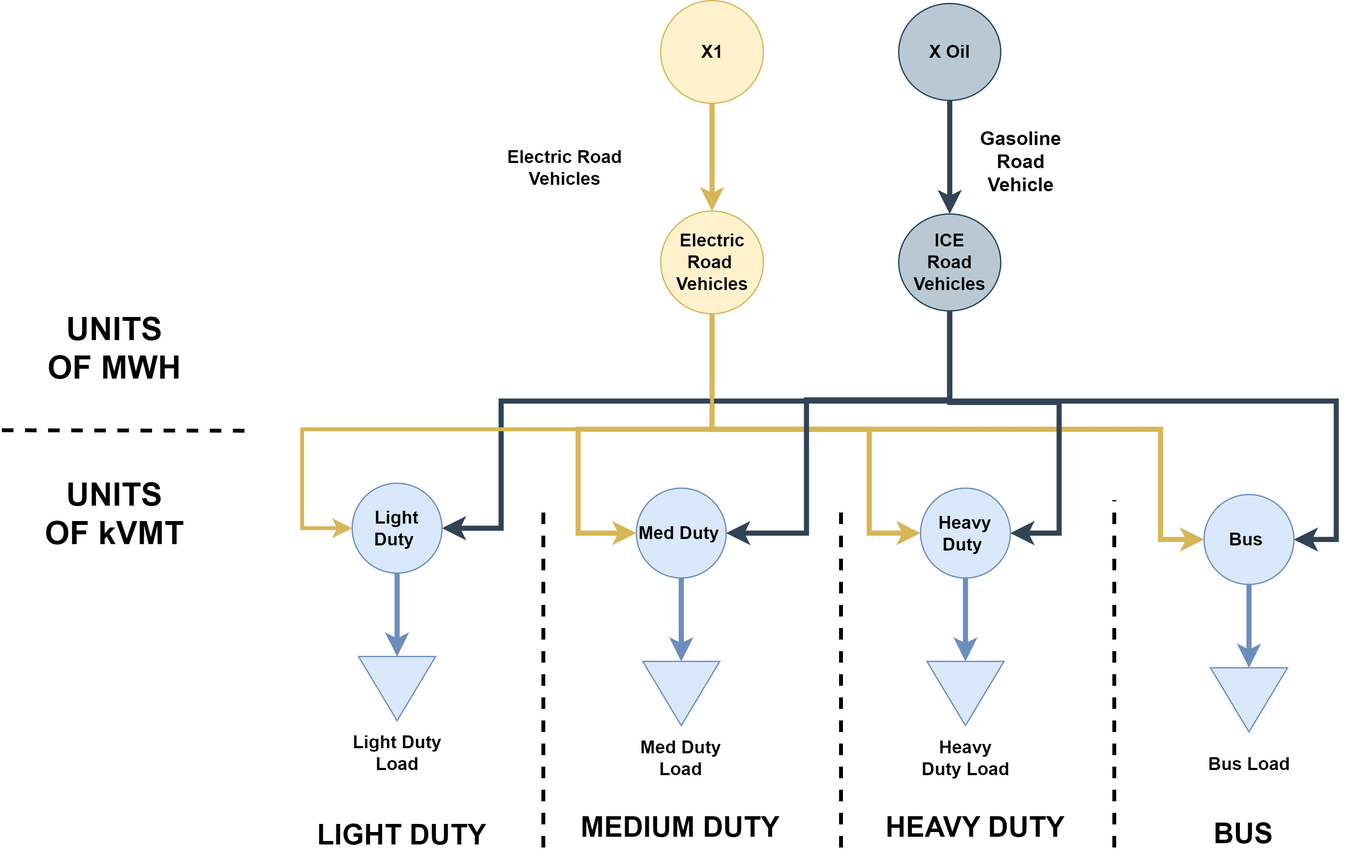
PyPSA/pypsa-usa keeps this draw.io diagram as docs/source/_static/transport/endogenous.png. Above is the earlier version. Source tidied: cells renumbered, new cells last; positions are measured from the earlier drawing's top-left corner, leaving out a move shared by most shapes. Source of this version:
```xml
<mxGraphModel>
  <root>
    <mxCell id="0" />
    <mxCell id="1" parent="0" />
    <mxCell id="2" style="endArrow=none;html=1;rounded=0;strokeWidth=3;dashed=1;" parent="1" edge="1">
      <mxGeometry relative="1" as="geometry">
        <mxPoint x="422" y="659.9" as="sourcePoint" />
        <mxPoint x="422" y="393.2" as="targetPoint" />
      </mxGeometry>
    </mxCell>
    <mxCell id="3" style="edgeStyle=orthogonalEdgeStyle;rounded=0;jettySize=auto;html=1;exitX=0.5;exitY=1;exitDx=0;exitDy=0;entryX=0;entryY=0.5;entryDx=0;entryDy=0;fillColor=#fff2cc;strokeColor=#d6b656;strokeWidth=4;" parent="1" edge="1" source="6" target="31">
      <mxGeometry relative="1" as="geometry">
        <Array as="points">
          <mxPoint x="553" y="334" />
          <mxPoint x="449" y="334" />
          <mxPoint x="449" y="415" />
        </Array>
      </mxGeometry>
    </mxCell>
    <mxCell id="4" style="edgeStyle=orthogonalEdgeStyle;rounded=0;jettySize=auto;html=1;exitX=0.5;exitY=1;exitDx=0;exitDy=0;entryX=0;entryY=0.5;entryDx=0;entryDy=0;fillColor=#fff2cc;strokeColor=#d6b656;strokeWidth=4;" parent="1" edge="1" source="6" target="33">
      <mxGeometry relative="1" as="geometry">
        <Array as="points">
          <mxPoint x="554" y="334" />
          <mxPoint x="676" y="334" />
          <mxPoint x="676" y="415" />
        </Array>
      </mxGeometry>
    </mxCell>
    <mxCell id="5" style="edgeStyle=orthogonalEdgeStyle;rounded=0;jettySize=auto;html=1;exitX=0.5;exitY=1;exitDx=0;exitDy=0;entryX=0;entryY=0.5;entryDx=0;entryDy=0;fillColor=#fff2cc;strokeColor=#d6b656;strokeWidth=4;" parent="1" edge="1" source="6" target="35">
      <mxGeometry relative="1" as="geometry">
        <Array as="points">
          <mxPoint x="554" y="334" />
          <mxPoint x="903" y="334" />
          <mxPoint x="903" y="420" />
        </Array>
      </mxGeometry>
    </mxCell>
    <mxCell id="6" value="&lt;b&gt;Electric Road&amp;nbsp; Vehicles&lt;/b&gt;" style="ellipse;whiteSpace=wrap;html=1;fontSize=14;fillColor=#fff2cc;strokeColor=#d6b656;" parent="1" vertex="1">
      <mxGeometry x="513.5" y="164" width="80" height="80" as="geometry" />
    </mxCell>
    <mxCell id="7" style="edgeStyle=orthogonalEdgeStyle;rounded=0;jettySize=auto;html=1;exitX=0.5;exitY=1;exitDx=0;exitDy=0;entryX=1;entryY=0.5;entryDx=0;entryDy=0;fillColor=#647687;strokeColor=#314354;strokeWidth=4;" parent="1" edge="1" source="11" target="33">
      <mxGeometry relative="1" as="geometry">
        <Array as="points">
          <mxPoint x="739" y="313" />
          <mxPoint x="824" y="313" />
          <mxPoint x="824" y="415" />
        </Array>
      </mxGeometry>
    </mxCell>
    <mxCell id="8" style="edgeStyle=orthogonalEdgeStyle;rounded=0;jettySize=auto;html=1;exitX=0.5;exitY=1;exitDx=0;exitDy=0;entryX=1;entryY=0.5;entryDx=0;entryDy=0;fillColor=#647687;strokeColor=#314354;strokeWidth=4;" parent="1" edge="1" source="11" target="35">
      <mxGeometry relative="1" as="geometry">
        <Array as="points">
          <mxPoint x="739" y="312" />
          <mxPoint x="1040" y="312" />
          <mxPoint x="1040" y="420" />
        </Array>
      </mxGeometry>
    </mxCell>
    <mxCell id="9" style="edgeStyle=orthogonalEdgeStyle;rounded=0;jettySize=auto;html=1;exitX=0.5;exitY=1;exitDx=0;exitDy=0;entryX=1;entryY=0.5;entryDx=0;entryDy=0;fillColor=#647687;strokeColor=#314354;strokeWidth=4;" parent="1" edge="1" source="11" target="31">
      <mxGeometry relative="1" as="geometry">
        <Array as="points">
          <mxPoint x="739" y="311" />
          <mxPoint x="627" y="311" />
          <mxPoint x="627" y="415" />
        </Array>
      </mxGeometry>
    </mxCell>
    <mxCell id="10" style="edgeStyle=orthogonalEdgeStyle;rounded=0;jettySize=auto;html=1;exitX=0.5;exitY=1;exitDx=0;exitDy=0;entryX=1;entryY=0.5;entryDx=0;entryDy=0;fillColor=#647687;strokeColor=#314354;strokeWidth=4;" parent="1" edge="1" source="11" target="29">
      <mxGeometry relative="1" as="geometry">
        <Array as="points">
          <mxPoint x="739" y="312" />
          <mxPoint x="389" y="312" />
          <mxPoint x="389" y="411" />
        </Array>
      </mxGeometry>
    </mxCell>
    <mxCell id="11" value="ICE &lt;br style=&quot;font-size: 14px;&quot;&gt;Road Vehicles" style="ellipse;whiteSpace=wrap;html=1;fillColor=#bac8d3;strokeColor=#23445d;fontStyle=1;fontSize=14;" parent="1" vertex="1">
      <mxGeometry x="699" y="166.2" width="79.5" height="75.5" as="geometry" />
    </mxCell>
    <mxCell id="12" style="edgeStyle=orthogonalEdgeStyle;rounded=0;jettySize=auto;html=1;exitX=0.5;exitY=1;exitDx=0;exitDy=0;entryX=0;entryY=0.5;entryDx=0;entryDy=0;strokeWidth=3;fillColor=#fff2cc;strokeColor=#d6b656;" parent="1" edge="1" source="6" target="29">
      <mxGeometry relative="1" as="geometry">
        <Array as="points">
          <mxPoint x="554" y="334" />
          <mxPoint x="234" y="334" />
          <mxPoint x="234" y="411" />
        </Array>
      </mxGeometry>
    </mxCell>
    <mxCell id="13" value="Gasoline Road Vehicle" style="text;html=1;align=center;verticalAlign=middle;whiteSpace=wrap;rounded=0;fontStyle=1;fontSize=15;" parent="1" vertex="1">
      <mxGeometry x="756" y="110" width="77" height="30" as="geometry" />
    </mxCell>
    <mxCell id="14" value="Electric Road Vehicles" style="text;html=1;align=center;verticalAlign=middle;whiteSpace=wrap;rounded=0;fontStyle=1;fontSize=14;" parent="1" vertex="1">
      <mxGeometry x="386" y="115" width="106" height="30" as="geometry" />
    </mxCell>
    <mxCell id="15" value="UNITS OF MWH" style="text;html=1;align=center;verticalAlign=middle;whiteSpace=wrap;rounded=0;fontStyle=1;fontSize=25;" parent="1" vertex="1">
      <mxGeometry x="30" y="255.4" width="116" height="30" as="geometry" />
    </mxCell>
    <mxCell id="16" style="edgeStyle=orthogonalEdgeStyle;rounded=0;jettySize=auto;html=1;exitX=0.5;exitY=1;exitDx=0;exitDy=0;entryX=0.5;entryY=0;entryDx=0;entryDy=0;fillColor=#fff2cc;strokeColor=#d6b656;strokeWidth=4;" parent="1" edge="1" source="17" target="6">
      <mxGeometry relative="1" as="geometry" />
    </mxCell>
    <mxCell id="17" value="&lt;b style=&quot;font-size: 14px;&quot;&gt;X1&lt;br&gt;&lt;/b&gt;" style="ellipse;whiteSpace=wrap;html=1;fontSize=14;fillColor=#fff2cc;strokeColor=#d6b656;" parent="1" vertex="1">
      <mxGeometry x="513.5" width="80" height="80" as="geometry" />
    </mxCell>
    <mxCell id="18" style="edgeStyle=orthogonalEdgeStyle;rounded=0;jettySize=auto;html=1;exitX=0.5;exitY=1;exitDx=0;exitDy=0;entryX=0.5;entryY=0;entryDx=0;entryDy=0;strokeWidth=4;fillColor=#647687;strokeColor=#314354;" parent="1" edge="1" source="19" target="11">
      <mxGeometry relative="1" as="geometry" />
    </mxCell>
    <mxCell id="19" value="X Oil" style="ellipse;whiteSpace=wrap;html=1;fillColor=#bac8d3;strokeColor=#23445d;fontStyle=1;fontSize=14;" parent="1" vertex="1">
      <mxGeometry x="699" y="2.2" width="79.5" height="75.5" as="geometry" />
    </mxCell>
    <mxCell id="20" style="endArrow=none;html=1;rounded=0;strokeWidth=3;dashed=1;" parent="1" edge="1">
      <mxGeometry relative="1" as="geometry">
        <mxPoint y="334.8" as="sourcePoint" />
        <mxPoint x="190" y="335.1" as="targetPoint" />
      </mxGeometry>
    </mxCell>
    <mxCell id="21" value="UNITS OF kVMT" style="text;html=1;align=center;verticalAlign=middle;whiteSpace=wrap;rounded=0;fontStyle=1;fontSize=25;" parent="1" vertex="1">
      <mxGeometry x="30" y="384.2" width="116" height="30" as="geometry" />
    </mxCell>
    <mxCell id="22" style="endArrow=none;html=1;rounded=0;strokeWidth=3;dashed=1;" parent="1" edge="1">
      <mxGeometry relative="1" as="geometry">
        <mxPoint x="654" y="659.9" as="sourcePoint" />
        <mxPoint x="654" y="395.2" as="targetPoint" />
      </mxGeometry>
    </mxCell>
    <mxCell id="23" style="endArrow=none;html=1;rounded=0;strokeWidth=3;dashed=1;" parent="1" edge="1">
      <mxGeometry relative="1" as="geometry">
        <mxPoint x="867" y="659.9" as="sourcePoint" />
        <mxPoint x="867" y="389.2" as="targetPoint" />
      </mxGeometry>
    </mxCell>
    <mxCell id="24" value="LIGHT DUTY" style="text;html=1;align=center;verticalAlign=middle;whiteSpace=wrap;rounded=0;fontStyle=1;fontSize=22;" parent="1" vertex="1">
      <mxGeometry x="229" y="636.1" width="166" height="30" as="geometry" />
    </mxCell>
    <mxCell id="25" value="MEDIUM DUTY" style="text;html=1;align=center;verticalAlign=middle;whiteSpace=wrap;rounded=0;fontStyle=1;fontSize=22;" parent="1" vertex="1">
      <mxGeometry x="446.5" y="629.9" width="166" height="30" as="geometry" />
    </mxCell>
    <mxCell id="26" value="BUS" style="text;html=1;align=center;verticalAlign=middle;whiteSpace=wrap;rounded=0;fontStyle=1;fontSize=22;" parent="1" vertex="1">
      <mxGeometry x="885" y="634.9" width="166" height="30" as="geometry" />
    </mxCell>
    <mxCell id="27" value="HEAVY DUTY" style="text;html=1;align=center;verticalAlign=middle;whiteSpace=wrap;rounded=0;fontStyle=1;fontSize=22;" parent="1" vertex="1">
      <mxGeometry x="676.5" y="629.9" width="166" height="30" as="geometry" />
    </mxCell>
    <mxCell id="28" style="edgeStyle=orthogonalEdgeStyle;rounded=0;jettySize=auto;html=1;exitX=0.5;exitY=1;exitDx=0;exitDy=0;entryX=0;entryY=0.5;entryDx=0;entryDy=0;strokeWidth=4;fillColor=#dae8fc;strokeColor=#6c8ebf;" parent="1" edge="1" source="29" target="36">
      <mxGeometry relative="1" as="geometry" />
    </mxCell>
    <mxCell id="29" value="Light Duty&amp;nbsp;" style="ellipse;whiteSpace=wrap;html=1;fillColor=#dae8fc;strokeColor=#6c8ebf;fontStyle=1;fontSize=14;" parent="1" vertex="1">
      <mxGeometry x="273" y="376.1" width="70" height="70" as="geometry" />
    </mxCell>
    <mxCell id="30" style="edgeStyle=orthogonalEdgeStyle;rounded=0;jettySize=auto;html=1;exitX=0.5;exitY=1;exitDx=0;exitDy=0;entryX=0;entryY=0.5;entryDx=0;entryDy=0;strokeWidth=4;fillColor=#dae8fc;strokeColor=#6c8ebf;" parent="1" edge="1" source="31" target="38">
      <mxGeometry relative="1" as="geometry" />
    </mxCell>
    <mxCell id="31" value="Med Duty&amp;nbsp;" style="ellipse;whiteSpace=wrap;html=1;fillColor=#dae8fc;strokeColor=#6c8ebf;fontStyle=1;fontSize=14;" parent="1" vertex="1">
      <mxGeometry x="494.5" y="379.9" width="70" height="70" as="geometry" />
    </mxCell>
    <mxCell id="32" style="edgeStyle=orthogonalEdgeStyle;rounded=0;jettySize=auto;html=1;exitX=0.5;exitY=1;exitDx=0;exitDy=0;entryX=0;entryY=0.5;entryDx=0;entryDy=0;strokeWidth=4;fillColor=#dae8fc;strokeColor=#6c8ebf;" parent="1" edge="1" source="33" target="40">
      <mxGeometry relative="1" as="geometry" />
    </mxCell>
    <mxCell id="33" value="Heavy Duty&amp;nbsp;" style="ellipse;whiteSpace=wrap;html=1;fillColor=#dae8fc;strokeColor=#6c8ebf;fontStyle=1;fontSize=14;" parent="1" vertex="1">
      <mxGeometry x="716" y="379.9" width="70" height="70" as="geometry" />
    </mxCell>
    <mxCell id="34" style="edgeStyle=orthogonalEdgeStyle;rounded=0;jettySize=auto;html=1;exitX=0.5;exitY=1;exitDx=0;exitDy=0;entryX=0;entryY=0.5;entryDx=0;entryDy=0;strokeWidth=4;fillColor=#dae8fc;strokeColor=#6c8ebf;" parent="1" edge="1" source="35" target="42">
      <mxGeometry relative="1" as="geometry" />
    </mxCell>
    <mxCell id="35" value="Bus&amp;nbsp;" style="ellipse;whiteSpace=wrap;html=1;fillColor=#dae8fc;strokeColor=#6c8ebf;fontStyle=1;fontSize=14;" parent="1" vertex="1">
      <mxGeometry x="937" y="384.9" width="70" height="70" as="geometry" />
    </mxCell>
    <mxCell id="36" style="triangle;whiteSpace=wrap;html=1;rotation=90;fillColor=#dae8fc;strokeColor=#6c8ebf;fontSize=14;" parent="1" vertex="1">
      <mxGeometry x="283" y="506.1" width="50" height="60" as="geometry" />
    </mxCell>
    <mxCell id="37" value="Light Duty Load" style="text;html=1;align=center;verticalAlign=middle;whiteSpace=wrap;rounded=0;fontStyle=1;fontSize=14;" parent="1" vertex="1">
      <mxGeometry x="270.5" y="571.1" width="75" height="30" as="geometry" />
    </mxCell>
    <mxCell id="38" style="triangle;whiteSpace=wrap;html=1;rotation=90;fillColor=#dae8fc;strokeColor=#6c8ebf;fontSize=14;" parent="1" vertex="1">
      <mxGeometry x="504.5" y="509.9" width="50" height="60" as="geometry" />
    </mxCell>
    <mxCell id="39" value="Med Duty Load" style="text;html=1;align=center;verticalAlign=middle;whiteSpace=wrap;rounded=0;fontStyle=1;fontSize=14;" parent="1" vertex="1">
      <mxGeometry x="492" y="574.9" width="75" height="30" as="geometry" />
    </mxCell>
    <mxCell id="40" style="triangle;whiteSpace=wrap;html=1;rotation=90;fillColor=#dae8fc;strokeColor=#6c8ebf;fontSize=14;" parent="1" vertex="1">
      <mxGeometry x="726" y="509.9" width="50" height="60" as="geometry" />
    </mxCell>
    <mxCell id="41" value="Heavy Duty Load" style="text;html=1;align=center;verticalAlign=middle;whiteSpace=wrap;rounded=0;fontStyle=1;fontSize=14;" parent="1" vertex="1">
      <mxGeometry x="713.5" y="574.9" width="75" height="30" as="geometry" />
    </mxCell>
    <mxCell id="42" style="triangle;whiteSpace=wrap;html=1;rotation=90;fillColor=#dae8fc;strokeColor=#6c8ebf;fontSize=14;" parent="1" vertex="1">
      <mxGeometry x="947" y="514.9" width="50" height="60" as="geometry" />
    </mxCell>
    <mxCell id="43" value="Bus Load" style="text;html=1;align=center;verticalAlign=middle;whiteSpace=wrap;rounded=0;fontStyle=1;fontSize=14;" parent="1" vertex="1">
      <mxGeometry x="934.5" y="579.9" width="75" height="30" as="geometry" />
    </mxCell>
  </root>
</mxGraphModel>
```
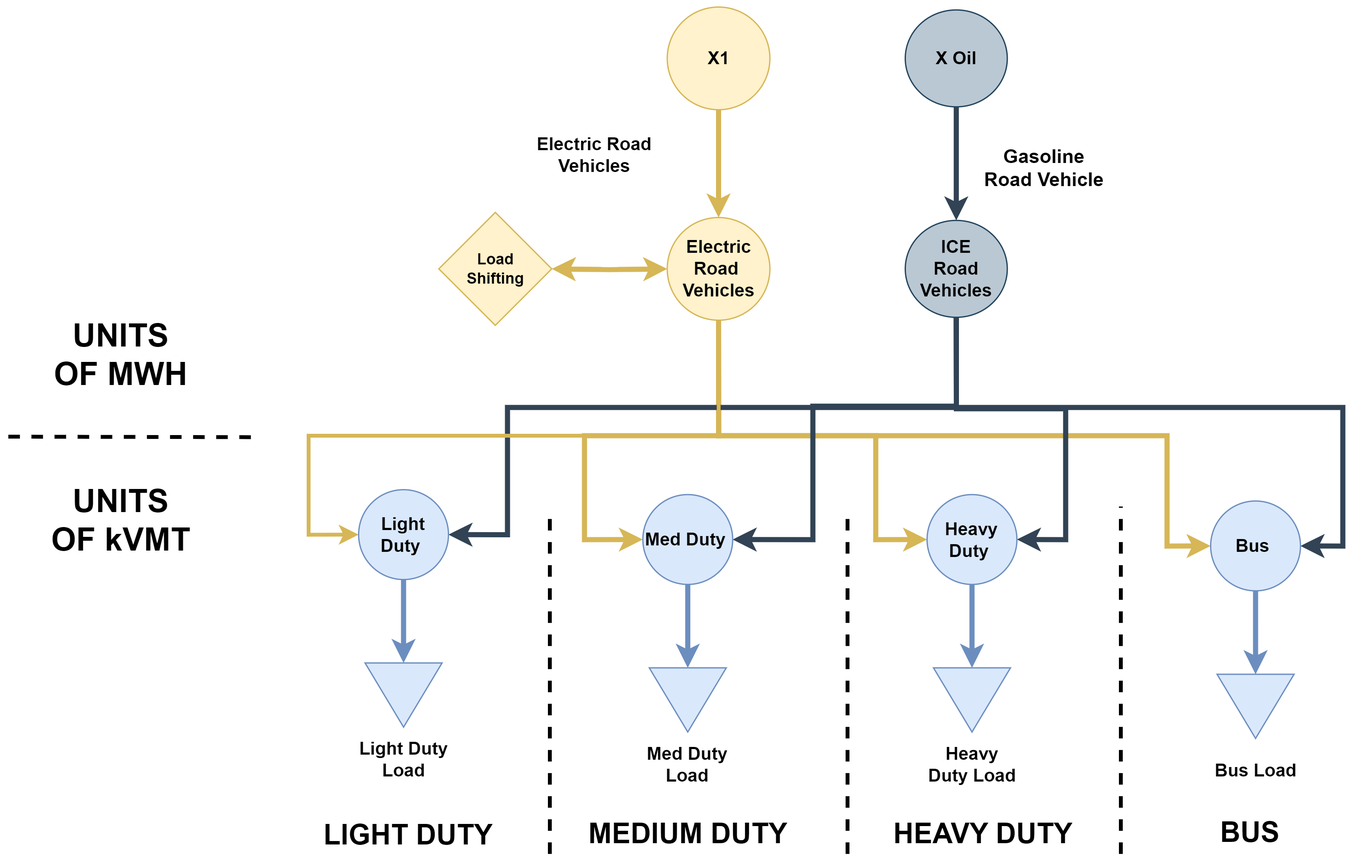
Above is the later version.

What changed in the source:
```diff
@@ -87,10 +87,10 @@
       </mxGeometry>
     </mxCell>
     <mxCell id="13" value="Gasoline Road Vehicle" style="text;html=1;align=center;verticalAlign=middle;whiteSpace=wrap;rounded=0;fontStyle=1;fontSize=15;" parent="1" vertex="1">
-      <mxGeometry x="756" y="110" width="77" height="30" as="geometry" />
+      <mxGeometry x="756" y="110" width="103" height="30" as="geometry" />
     </mxCell>
     <mxCell id="14" value="Electric Road Vehicles" style="text;html=1;align=center;verticalAlign=middle;whiteSpace=wrap;rounded=0;fontStyle=1;fontSize=14;" parent="1" vertex="1">
-      <mxGeometry x="386" y="115" width="106" height="30" as="geometry" />
+      <mxGeometry x="404" y="99.8" width="106" height="30" as="geometry" />
     </mxCell>
     <mxCell id="15" value="UNITS OF MWH" style="text;html=1;align=center;verticalAlign=middle;whiteSpace=wrap;rounded=0;fontStyle=1;fontSize=25;" parent="1" vertex="1">
       <mxGeometry x="30" y="255.4" width="116" height="30" as="geometry" />
@@ -129,13 +129,13 @@
       </mxGeometry>
     </mxCell>
     <mxCell id="24" value="LIGHT DUTY" style="text;html=1;align=center;verticalAlign=middle;whiteSpace=wrap;rounded=0;fontStyle=1;fontSize=22;" parent="1" vertex="1">
-      <mxGeometry x="229" y="636.1" width="166" height="30" as="geometry" />
+      <mxGeometry x="229" y="631.1" width="166" height="30" as="geometry" />
     </mxCell>
     <mxCell id="25" value="MEDIUM DUTY" style="text;html=1;align=center;verticalAlign=middle;whiteSpace=wrap;rounded=0;fontStyle=1;fontSize=22;" parent="1" vertex="1">
       <mxGeometry x="446.5" y="629.9" width="166" height="30" as="geometry" />
     </mxCell>
     <mxCell id="26" value="BUS" style="text;html=1;align=center;verticalAlign=middle;whiteSpace=wrap;rounded=0;fontStyle=1;fontSize=22;" parent="1" vertex="1">
-      <mxGeometry x="885" y="634.9" width="166" height="30" as="geometry" />
+      <mxGeometry x="885" y="628.9" width="166" height="30" as="geometry" />
     </mxCell>
     <mxCell id="27" value="HEAVY DUTY" style="text;html=1;align=center;verticalAlign=middle;whiteSpace=wrap;rounded=0;fontStyle=1;fontSize=22;" parent="1" vertex="1">
       <mxGeometry x="676.5" y="629.9" width="166" height="30" as="geometry" />
@@ -188,5 +188,13 @@
     <mxCell id="43" value="Bus Load" style="text;html=1;align=center;verticalAlign=middle;whiteSpace=wrap;rounded=0;fontStyle=1;fontSize=14;" parent="1" vertex="1">
       <mxGeometry x="934.5" y="579.9" width="75" height="30" as="geometry" />
     </mxCell>
+    <mxCell id="44" style="edgeStyle=orthogonalEdgeStyle;rounded=0;jettySize=auto;html=1;exitX=0;exitY=0.5;exitDx=0;exitDy=0;entryX=1;entryY=0.5;entryDx=0;entryDy=0;startArrow=classic;startFill=1;fillColor=#fff2cc;strokeColor=#d6b656;strokeWidth=4;" parent="1" edge="1" target="45">
+      <mxGeometry relative="1" as="geometry">
+        <mxPoint x="513.5" y="204" as="sourcePoint" />
+      </mxGeometry>
+    </mxCell>
+    <mxCell id="45" value="Load &lt;br&gt;Shifting" style="rhombus;whiteSpace=wrap;html=1;fillColor=#fff2cc;strokeColor=#d6b656;fontStyle=1;" parent="1" vertex="1">
+      <mxGeometry x="335.5" y="160" width="88" height="88" as="geometry" />
+    </mxCell>
   </root>
 </mxGraphModel>
```
